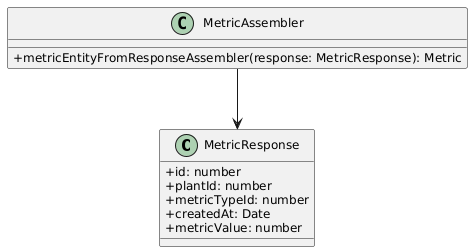
This is assets/class-diagrams/analyticWeb.png from wemade-IoT/Documents_Repository, a PlantUML export, as it was before one commit.
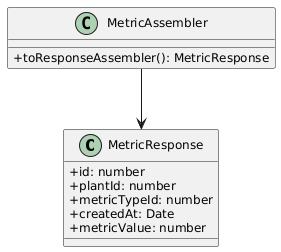
Later version of the same file.

Commit message:
docs: changed management and analytic class diagrams for web and mobile app

The edit, as a diff of the source:
```diff
@@ -13,7 +13,7 @@
 }
 
 class MetricAssembler {
-  + metricEntityFromResponseAssembler(response: MetricResponse): Metric
+  + toResponseAssembler(): MetricResponse
 }
 
 MetricAssembler --> MetricResponse
```
